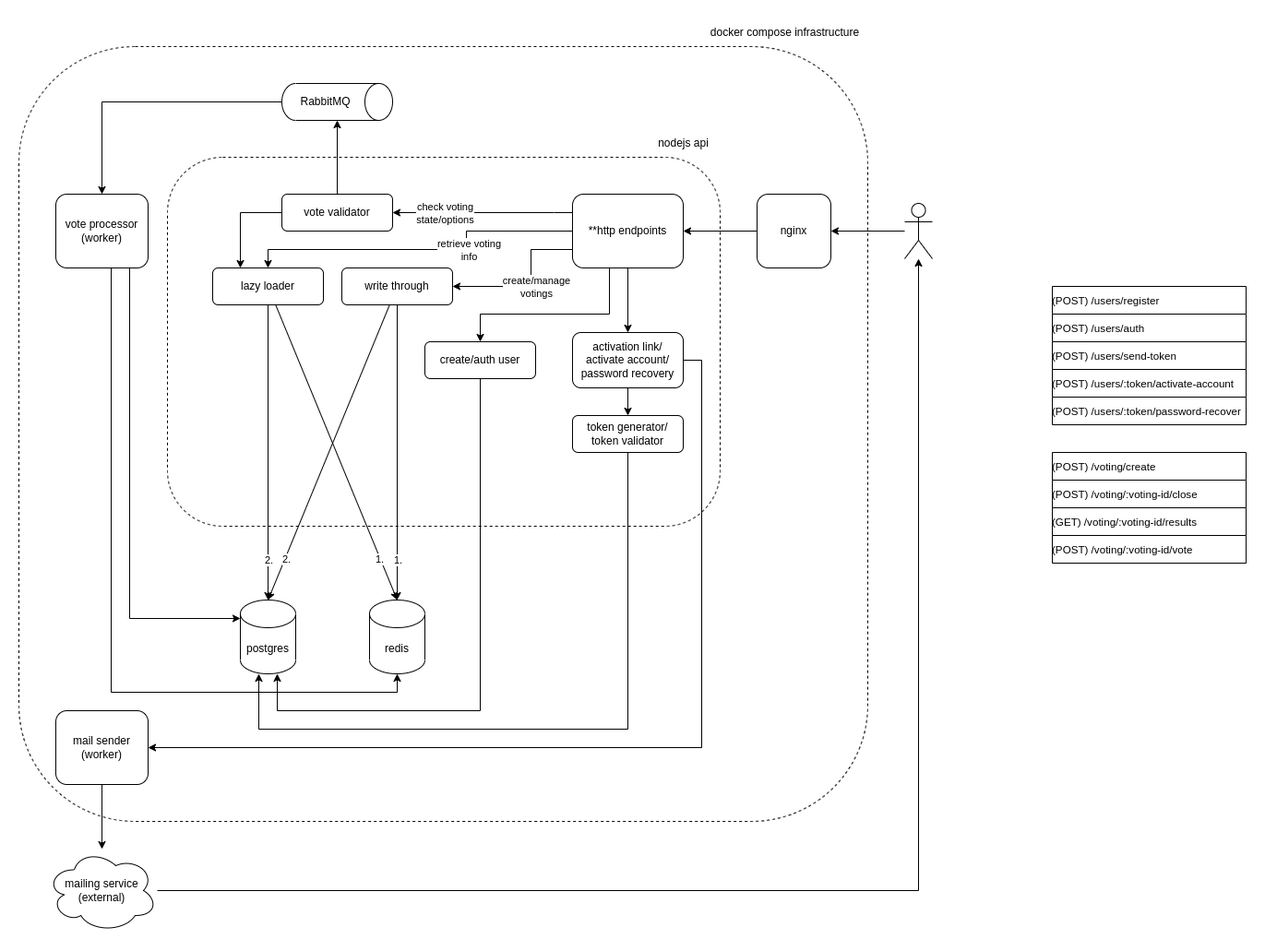
Above: docs/ranked-choice-voting.architecture.png in 0x0th30/ranked-choice-voting (draw.io), before the change. Source tidied: cells renumbered, new cells last; positions are measured from the earlier drawing's top-left corner, leaving out a move shared by most shapes.
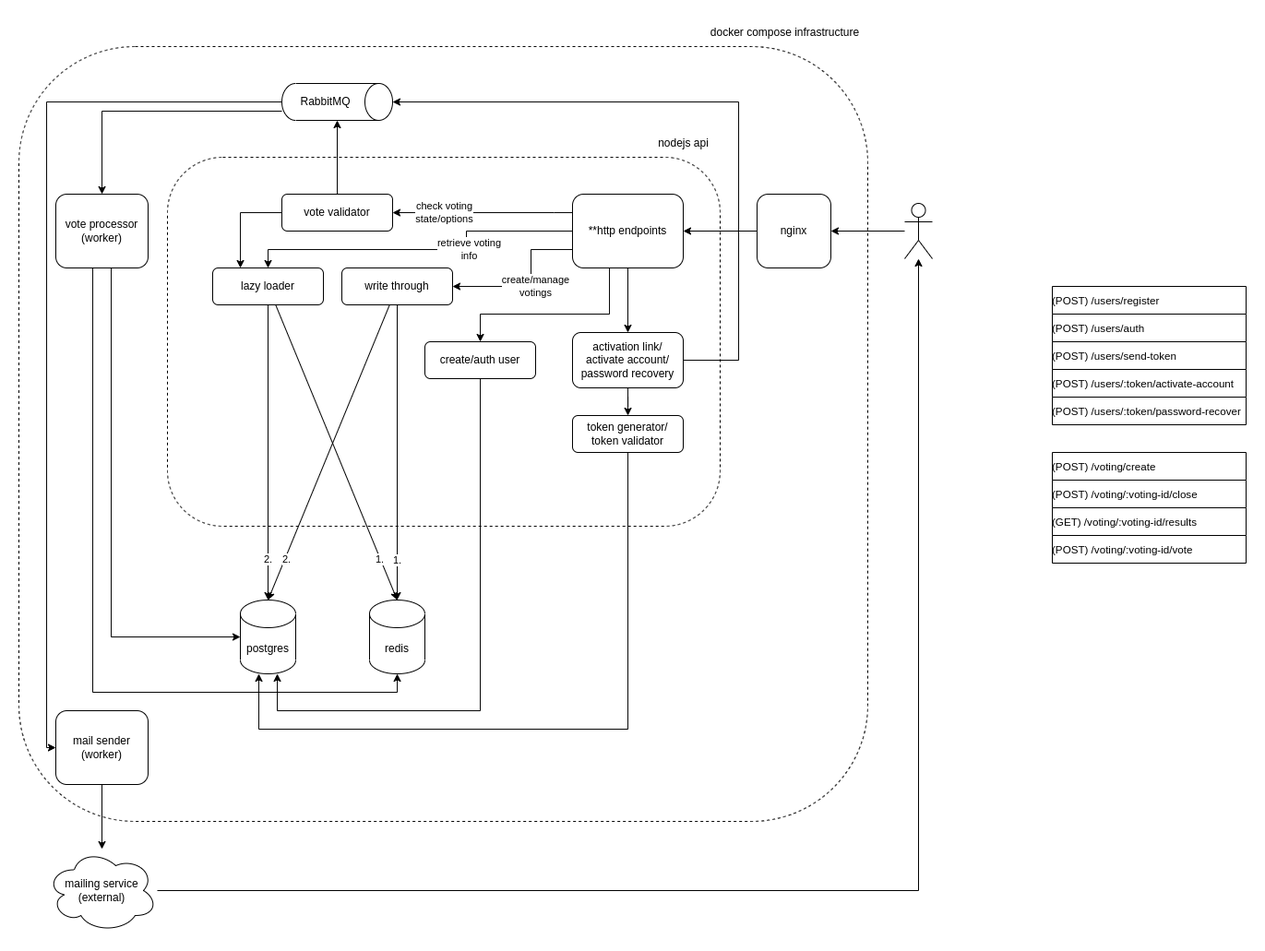
Above is the later version.

Commit message:
docs: update architecture diagram

Diff of the diagram source:
```diff
@@ -82,22 +82,34 @@
       <mxGeometry x="285" y="190" width="120" height="40" as="geometry" />
     </mxCell>
     <mxCell id="18" style="edgeStyle=orthogonalEdgeStyle;rounded=0;jettySize=auto;html=1;" parent="1" edge="1" source="19" target="22">
-      <mxGeometry relative="1" as="geometry" />
+      <mxGeometry relative="1" as="geometry">
+        <Array as="points">
+          <mxPoint x="90" y="100" />
+        </Array>
+      </mxGeometry>
     </mxCell>
+    <mxCell id="60" style="edgeStyle=orthogonalEdgeStyle;rounded=0;jettySize=auto;html=1;" parent="1" edge="1" source="19" target="59">
+      <mxGeometry relative="1" as="geometry">
+        <Array as="points">
+          <mxPoint x="30" y="90" />
+          <mxPoint x="30" y="790" />
+        </Array>
+      </mxGeometry>
+    </mxCell>
     <mxCell id="19" value="RabbitMQ" style="shape=cylinder3;whiteSpace=wrap;html=1;boundedLbl=1;backgroundOutline=1;size=15;direction=south;" parent="1" vertex="1">
       <mxGeometry x="285" y="70" width="120" height="40" as="geometry" />
     </mxCell>
     <mxCell id="20" style="edgeStyle=orthogonalEdgeStyle;rounded=0;jettySize=auto;html=1;" parent="1" edge="1" source="22" target="48">
       <mxGeometry relative="1" as="geometry">
         <Array as="points">
-          <mxPoint x="120" y="650" />
+          <mxPoint x="100" y="670" />
         </Array>
       </mxGeometry>
     </mxCell>
     <mxCell id="21" style="edgeStyle=orthogonalEdgeStyle;rounded=0;jettySize=auto;html=1;" parent="1" edge="1" source="22" target="49">
       <mxGeometry relative="1" as="geometry">
         <Array as="points">
-          <mxPoint x="100" y="730" />
+          <mxPoint x="80" y="730" />
           <mxPoint x="410" y="730" />
         </Array>
       </mxGeometry>
@@ -211,14 +223,14 @@
     <mxCell id="53" style="edgeStyle=orthogonalEdgeStyle;rounded=0;jettySize=auto;html=1;" parent="1" edge="1" source="55" target="57">
       <mxGeometry relative="1" as="geometry" />
     </mxCell>
-    <mxCell id="54" style="edgeStyle=orthogonalEdgeStyle;rounded=0;jettySize=auto;html=1;" parent="1" edge="1" source="55" target="59">
-      <mxGeometry relative="1" as="geometry">
-        <Array as="points">
-          <mxPoint x="740" y="370" />
-          <mxPoint x="740" y="790" />
-        </Array>
-      </mxGeometry>
-    </mxCell>
+    <mxCell id="61" style="edgeStyle=orthogonalEdgeStyle;rounded=0;jettySize=auto;html=1;" parent="1" edge="1" source="55" target="19">
+      <mxGeometry relative="1" as="geometry">
+        <Array as="points">
+          <mxPoint x="780" y="370" />
+          <mxPoint x="780" y="90" />
+        </Array>
+      </mxGeometry>
+    </mxCell>
     <mxCell id="55" value="activation link/&lt;br&gt;activate account/&lt;br&gt;password recovery" style="rounded=1;whiteSpace=wrap;html=1;" parent="1" vertex="1">
       <mxGeometry x="600" y="340" width="120" height="60" as="geometry" />
     </mxCell>
```
